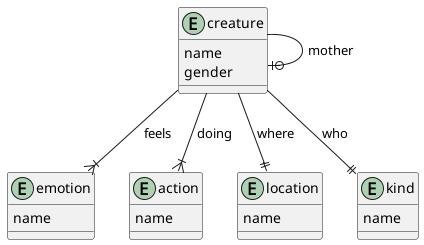
This is doc/lab-1/report/img/high-er-diagram.png from vityaman-edu/db-labs-basic, a PlantUML export, as it was before one commit.
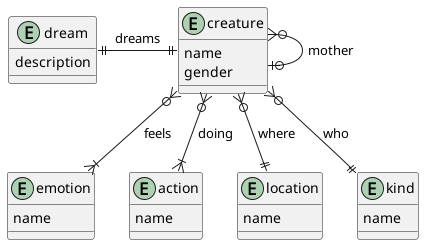
After the commit.

Commit message:
[lab][1][doc] updated report: diagrams images, sql listings

Diff of the diagram source:
```diff
@@ -3,6 +3,10 @@
 entity creature {
   name
   gender
+}
+
+entity dream {
+  description
 }
 
 entity emotion {
@@ -21,10 +25,13 @@
   name
 }
 
-creature --||kind : who
-creature --||location : where
-creature --|{ emotion : feels
-creature --|{ action : doing
-creature --o| creature : mother
+
+
+creature }o-d-||kind : who
+creature }o-d-||location : where
+creature }o-d-|{ emotion : feels
+creature }o-d-|{ action : doing
+creature }o-d-o| creature : mother
+creature ||-l-|| dream : dreams
 
 @enduml
```
